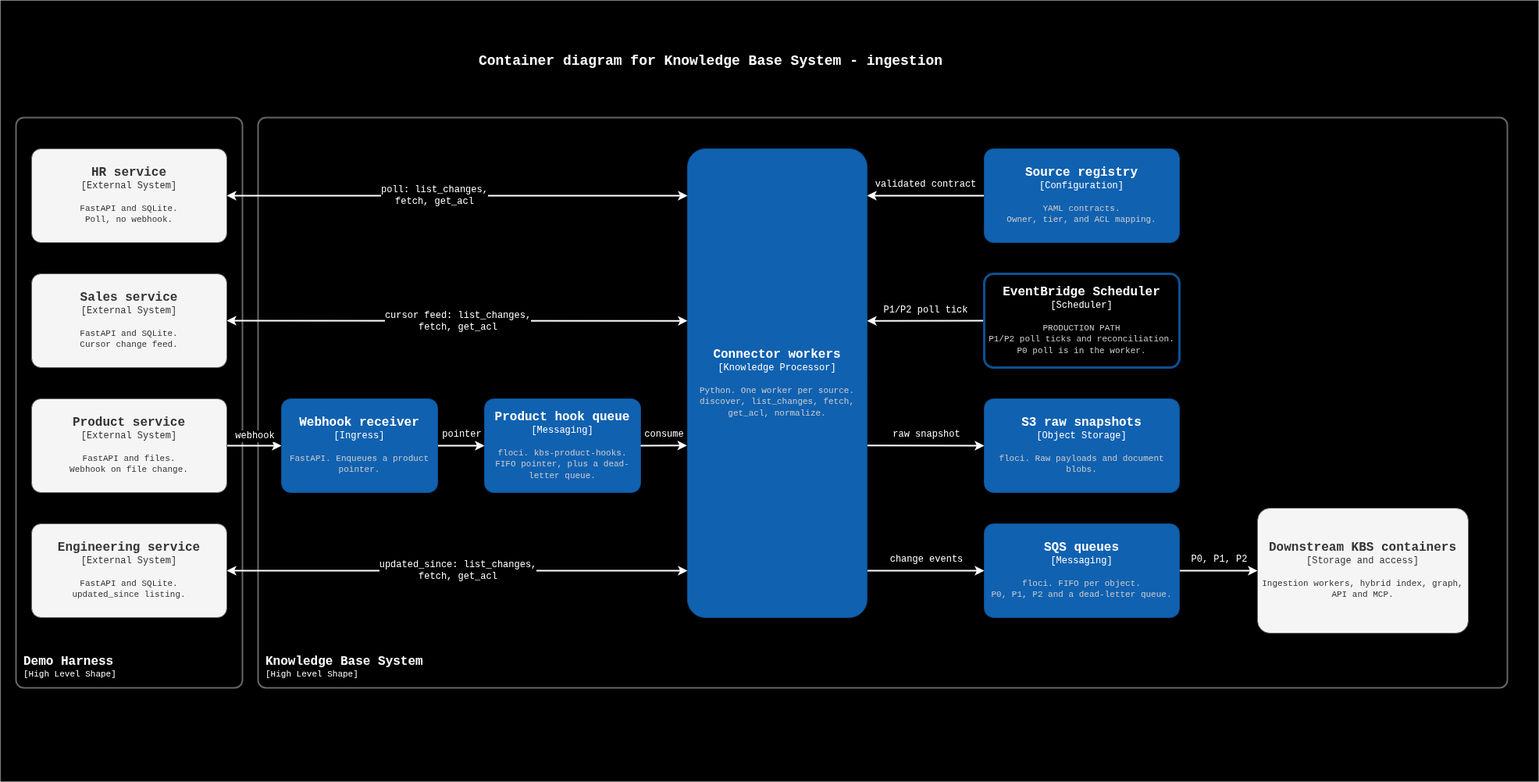
paulAlexSerban/prj--knowledge-base-system keeps this draw.io diagram as _docs/99--dagrams/01-c4-l2--container-connectors.png. Above is the earlier version. Source tidied: cells renumbered, new cells last; positions are measured from the earlier drawing's top-left corner, leaving out a move shared by most shapes.
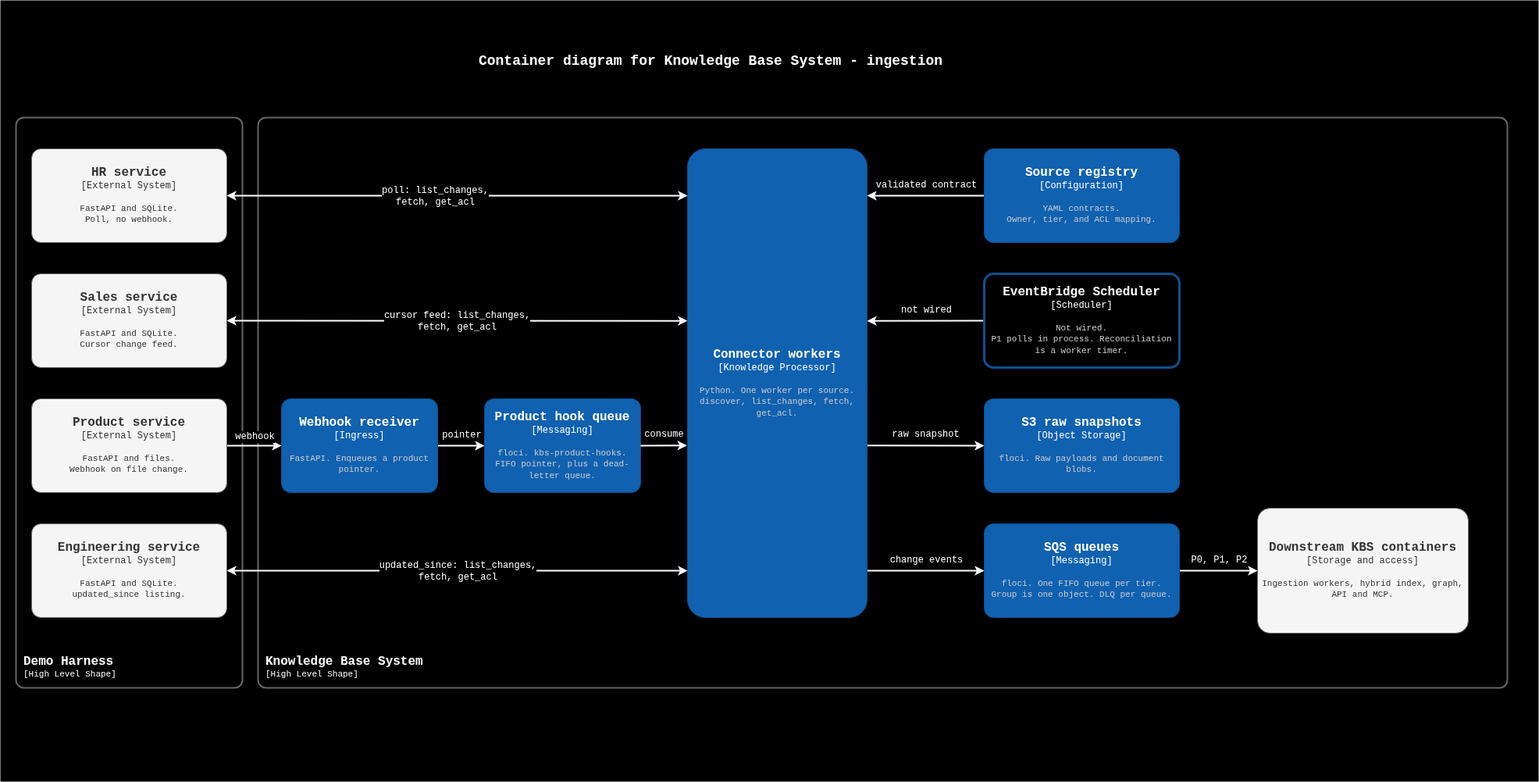
Later version of the same file.

The edit, as a diff of the source:
```diff
@@ -60,7 +60,7 @@
     <mxCell id="17" style="edgeStyle=none;html=1;startArrow=none;endArrow=classic;endFill=1;strokeWidth=2;strokeColor=#FFFFFF;exitX=0;exitY=0.5;exitDx=0;exitDy=0;entryX=1;entryY=0.367;entryDx=0;entryDy=0;fontFamily=Courier New;" parent="1" edge="1" source="35" target="33">
       <mxGeometry relative="1" as="geometry" />
     </mxCell>
-    <mxCell id="18" value="P1/P2 poll tick" style="edgeLabel;html=1;align=center;verticalAlign=middle;labelBackgroundColor=#000000;fontColor=#FFFFFF;fontFamily=Courier New;fontSize=12;" parent="17" vertex="1">
+    <mxCell id="18" value="not wired" style="edgeLabel;html=1;align=center;verticalAlign=middle;labelBackgroundColor=#000000;fontColor=#FFFFFF;fontFamily=Courier New;fontSize=12;" parent="17" vertex="1">
       <mxGeometry relative="1" as="geometry">
         <mxPoint y="-14" as="offset" />
       </mxGeometry>
@@ -127,7 +127,7 @@
         <mxGeometry x="360" y="510" width="200" height="120" as="geometry" />
       </mxCell>
     </object>
-    <object id="33" label="&lt;font style=&quot;font-size: 16px&quot;&gt;&lt;b&gt;%c4Name%&lt;/b&gt;&lt;/font&gt;&lt;div&gt;[%c4Type%]&lt;/div&gt;&lt;br style=&quot;font-size: 12px;&quot;&gt;&lt;div&gt;&lt;font style=&quot;font-size: 11px&quot;&gt;&lt;font color=&quot;#cccccc&quot;&gt;%c4Description%&lt;/font&gt;&lt;/font&gt;&lt;/div&gt;" c4Description="Python. One worker per source.&#10;discover, list_changes, fetch, get_acl, normalize." c4Name="Connector workers" c4Type="Knowledge Processor" placeholders="1">
+    <object id="33" label="&lt;font style=&quot;font-size: 16px&quot;&gt;&lt;b&gt;%c4Name%&lt;/b&gt;&lt;/font&gt;&lt;div&gt;[%c4Type%]&lt;/div&gt;&lt;br style=&quot;font-size: 12px;&quot;&gt;&lt;div&gt;&lt;font style=&quot;font-size: 11px&quot;&gt;&lt;font color=&quot;#cccccc&quot;&gt;%c4Description%&lt;/font&gt;&lt;/font&gt;&lt;/div&gt;" c4Description="Python. One worker per source.&#10;discover, list_changes, fetch, get_acl." c4Name="Connector workers" c4Type="Knowledge Processor" placeholders="1">
       <mxCell style="rounded=1;whiteSpace=wrap;html=1;labelBackgroundColor=none;fillColor=#1061B0;fontColor=#ffffff;align=center;arcSize=10;strokeColor=#0D5091;points=[[0.25,0,0],[0.5,0,0],[0.75,0,0],[1,0.25,0],[1,0.5,0],[1,0.75,0],[0.75,1,0],[0.5,1,0],[0.25,1,0],[0,0.75,0],[0,0.5,0],[0,0.25,0]];fontFamily=Courier New;fillStyle=solid;" parent="1" vertex="1">
         <mxGeometry x="880" y="190" width="230" height="600" as="geometry" />
       </mxCell>
@@ -137,7 +137,7 @@
         <mxGeometry x="1260" y="190" width="250" height="120" as="geometry" />
       </mxCell>
     </object>
-    <object id="35" label="&lt;font style=&quot;font-size: 16px&quot;&gt;&lt;b&gt;%c4Name%&lt;/b&gt;&lt;/font&gt;&lt;div&gt;[%c4Type%]&lt;/div&gt;&lt;br style=&quot;font-size: 12px;&quot;&gt;&lt;div&gt;&lt;font style=&quot;font-size: 11px&quot;&gt;&lt;font color=&quot;#cccccc&quot;&gt;%c4Description%&lt;/font&gt;&lt;/font&gt;&lt;/div&gt;" c4Description="PRODUCTION PATH&#10;P1/P2 poll ticks and reconciliation. P0 poll is in the worker." c4Name="EventBridge Scheduler" c4Type="Scheduler" placeholders="1">
+    <object id="35" label="&lt;font style=&quot;font-size: 16px&quot;&gt;&lt;b&gt;%c4Name%&lt;/b&gt;&lt;/font&gt;&lt;div&gt;[%c4Type%]&lt;/div&gt;&lt;br style=&quot;font-size: 12px;&quot;&gt;&lt;div&gt;&lt;font style=&quot;font-size: 11px&quot;&gt;&lt;font color=&quot;#cccccc&quot;&gt;%c4Description%&lt;/font&gt;&lt;/font&gt;&lt;/div&gt;" c4Description="Not wired.&#10;P1 polls in process. Reconciliation is a worker timer." c4Name="EventBridge Scheduler" c4Type="Scheduler" placeholders="1">
       <mxCell style="rounded=1;whiteSpace=wrap;html=1;labelBackgroundColor=none;fillColor=none;fontColor=#ffffff;align=center;arcSize=10;strokeColor=#0D5091;points=[[0.25,0,0],[0.5,0,0],[0.75,0,0],[1,0.25,0],[1,0.5,0],[1,0.75,0],[0.75,1,0],[0.5,1,0],[0.25,1,0],[0,0.75,0],[0,0.5,0],[0,0.25,0]];fontFamily=Courier New;fillStyle=solid;strokeWidth=3;" parent="1" vertex="1">
         <mxGeometry x="1260" y="350" width="250" height="120" as="geometry" />
       </mxCell>
@@ -147,7 +147,7 @@
         <mxGeometry x="1260" y="510" width="250" height="120" as="geometry" />
       </mxCell>
     </object>
-    <object id="37" label="&lt;font style=&quot;font-size: 16px&quot;&gt;&lt;b&gt;%c4Name%&lt;/b&gt;&lt;/font&gt;&lt;div&gt;[%c4Type%]&lt;/div&gt;&lt;br style=&quot;font-size: 12px;&quot;&gt;&lt;div&gt;&lt;font style=&quot;font-size: 11px&quot;&gt;&lt;font color=&quot;#cccccc&quot;&gt;%c4Description%&lt;/font&gt;&lt;/font&gt;&lt;/div&gt;" c4Description="floci. FIFO per object.&#10;P0, P1, P2 and a dead-letter queue." c4Name="SQS queues" c4Type="Messaging" placeholders="1">
+    <object id="37" label="&lt;font style=&quot;font-size: 16px&quot;&gt;&lt;b&gt;%c4Name%&lt;/b&gt;&lt;/font&gt;&lt;div&gt;[%c4Type%]&lt;/div&gt;&lt;br style=&quot;font-size: 12px;&quot;&gt;&lt;div&gt;&lt;font style=&quot;font-size: 11px&quot;&gt;&lt;font color=&quot;#cccccc&quot;&gt;%c4Description%&lt;/font&gt;&lt;/font&gt;&lt;/div&gt;" c4Description="floci. One FIFO queue per tier.&#10;Group is one object. DLQ per queue." c4Name="SQS queues" c4Type="Messaging" placeholders="1">
       <mxCell style="rounded=1;whiteSpace=wrap;html=1;labelBackgroundColor=none;fillColor=#1061B0;fontColor=#ffffff;align=center;arcSize=10;strokeColor=#0D5091;points=[[0.25,0,0],[0.5,0,0],[0.75,0,0],[1,0.25,0],[1,0.5,0],[1,0.75,0],[0.75,1,0],[0.5,1,0],[0.25,1,0],[0,0.75,0],[0,0.5,0],[0,0.25,0]];fontFamily=Courier New;fillStyle=solid;" parent="1" vertex="1">
         <mxGeometry x="1260" y="670" width="250" height="120" as="geometry" />
       </mxCell>
```
